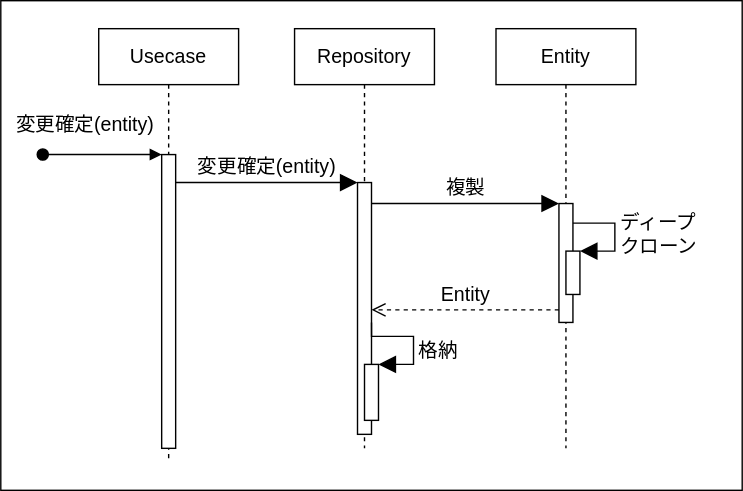
bosssanovar/WindowsApp_Template_202404 keeps this draw.io diagram as Documents/Design/設定値確定シーケンス.svg. Above is the earlier version. Source tidied: cells renumbered, new cells last; positions are measured from the earlier drawing's top-left corner, leaving out a move shared by most shapes. Source of this version:
```xml
<mxGraphModel>
  <root>
    <mxCell id="0" />
    <mxCell id="1" parent="0" />
    <mxCell id="2" style="rounded=0;whiteSpace=wrap;html=1;strokeColor=#000000;strokeWidth=1;fontSize=14;fontColor=#000000;fillColor=default;" parent="1" vertex="1">
      <mxGeometry width="530" height="350" as="geometry" />
    </mxCell>
    <mxCell id="3" value="Usecase" style="shape=umlLifeline;perimeter=lifelinePerimeter;whiteSpace=wrap;html=1;strokeColor=#000000;strokeWidth=1;fontSize=14;fontColor=#000000;fillColor=#FFFFFF;" parent="1" vertex="1">
      <mxGeometry x="70" y="20" width="100" height="310" as="geometry" />
    </mxCell>
    <mxCell id="4" style="html=1;points=[];perimeter=orthogonalPerimeter;strokeColor=#000000;strokeWidth=1;fontSize=14;fontColor=#000000;fillColor=default;" parent="3" vertex="1">
      <mxGeometry x="45" y="90" width="10" height="210" as="geometry" />
    </mxCell>
    <mxCell id="5" value="変更確定(entity)" style="html=1;verticalAlign=bottom;startArrow=oval;endArrow=block;startSize=8;strokeWidth=1;fontSize=14;fontColor=#000000;" parent="3" edge="1" target="4">
      <mxGeometry x="-0.29" y="10" relative="1" as="geometry">
        <mxPoint x="-40" y="90" as="sourcePoint" />
      </mxGeometry>
    </mxCell>
    <mxCell id="6" value="Repository" style="shape=umlLifeline;perimeter=lifelinePerimeter;whiteSpace=wrap;html=1;strokeColor=#000000;strokeWidth=1;fontSize=14;fontColor=#000000;fillColor=#FFFFFF;" parent="1" vertex="1">
      <mxGeometry x="210" y="20" width="100" height="300" as="geometry" />
    </mxCell>
    <mxCell id="7" style="html=1;points=[];perimeter=orthogonalPerimeter;strokeColor=#000000;strokeWidth=1;fontSize=14;fontColor=#000000;fillColor=default;" parent="6" vertex="1">
      <mxGeometry x="45" y="110" width="10" height="180" as="geometry" />
    </mxCell>
    <mxCell id="8" style="html=1;points=[];perimeter=orthogonalPerimeter;strokeColor=#000000;strokeWidth=1;fontSize=14;fontColor=#000000;fillColor=default;" parent="6" vertex="1">
      <mxGeometry x="50" y="240" width="10" height="40" as="geometry" />
    </mxCell>
    <mxCell id="9" value="格納" style="edgeStyle=orthogonalEdgeStyle;html=1;align=left;spacingLeft=2;endArrow=block;rounded=0;entryX=1;entryY=0;strokeWidth=1;fontSize=14;fontColor=#000000;startSize=6;endSize=10;" parent="6" edge="1" target="8">
      <mxGeometry x="0.18" relative="1" as="geometry">
        <mxPoint x="55" y="210" as="sourcePoint" />
        <Array as="points">
          <mxPoint x="55" y="220" />
          <mxPoint x="85" y="220" />
          <mxPoint x="85" y="240" />
        </Array>
      </mxGeometry>
    </mxCell>
    <mxCell id="10" value="Entity" style="shape=umlLifeline;perimeter=lifelinePerimeter;whiteSpace=wrap;html=1;strokeColor=#000000;strokeWidth=1;fontSize=14;fontColor=#000000;fillColor=#FFFFFF;" parent="1" vertex="1">
      <mxGeometry x="354" y="20" width="100" height="300" as="geometry" />
    </mxCell>
    <mxCell id="11" style="html=1;points=[];perimeter=orthogonalPerimeter;strokeColor=#000000;strokeWidth=1;fontSize=14;fontColor=#000000;fillColor=default;" parent="10" vertex="1">
      <mxGeometry x="45" y="125" width="10" height="85" as="geometry" />
    </mxCell>
    <mxCell id="12" style="html=1;points=[];perimeter=orthogonalPerimeter;strokeColor=#000000;strokeWidth=1;fontSize=14;fontColor=#000000;fillColor=default;" parent="10" vertex="1">
      <mxGeometry x="50" y="159" width="10" height="31" as="geometry" />
    </mxCell>
    <mxCell id="13" value="ディープ&lt;br&gt;クローン" style="edgeStyle=orthogonalEdgeStyle;html=1;align=left;spacingLeft=2;endArrow=block;rounded=0;entryX=1;entryY=0;strokeWidth=1;fontSize=14;fontColor=#000000;startSize=6;endSize=10;" parent="10" edge="1" target="12">
      <mxGeometry relative="1" as="geometry">
        <mxPoint x="55" y="139" as="sourcePoint" />
        <Array as="points">
          <mxPoint x="85" y="139" />
        </Array>
      </mxGeometry>
    </mxCell>
    <mxCell id="14" value="変更確定(entity)" style="html=1;verticalAlign=bottom;endArrow=block;entryX=0;entryY=0;strokeWidth=1;fontSize=14;fontColor=#000000;startSize=6;endSize=10;" parent="1" edge="1" source="4" target="7">
      <mxGeometry relative="1" as="geometry" />
    </mxCell>
    <mxCell id="15" value="複製" style="html=1;verticalAlign=bottom;endArrow=block;entryX=0;entryY=0;strokeWidth=1;fontSize=14;fontColor=#000000;startSize=6;endSize=10;" parent="1" edge="1" source="7" target="11">
      <mxGeometry relative="1" as="geometry" />
    </mxCell>
    <mxCell id="16" value="Entity" style="html=1;verticalAlign=bottom;endArrow=open;dashed=1;endSize=8;exitX=0;exitY=0.95;strokeWidth=1;fontSize=14;fontColor=#000000;" parent="1" edge="1">
      <mxGeometry relative="1" as="geometry">
        <mxPoint x="399" y="221" as="sourcePoint" />
        <mxPoint x="265" y="221" as="targetPoint" />
      </mxGeometry>
    </mxCell>
  </root>
</mxGraphModel>
```
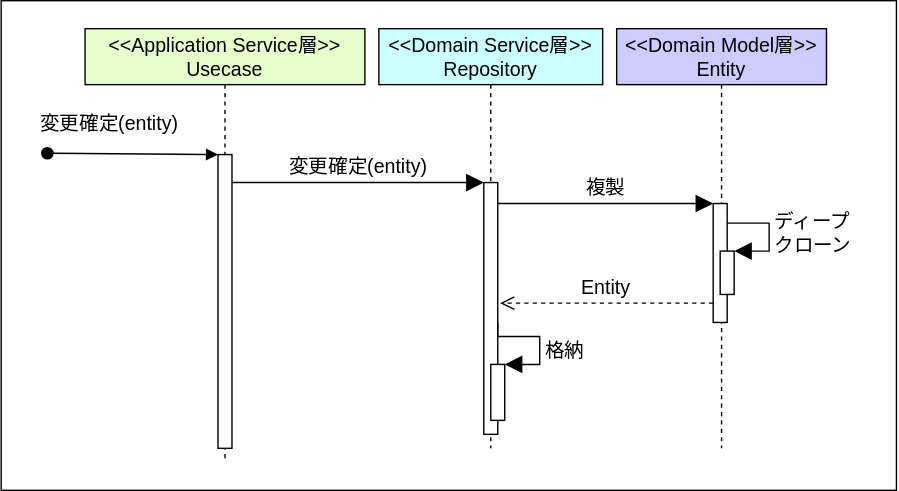
After the change.

Change to the diagram source:
```diff
@@ -3,52 +3,52 @@
     <mxCell id="0" />
     <mxCell id="1" parent="0" />
     <mxCell id="2" style="rounded=0;whiteSpace=wrap;html=1;strokeColor=#000000;strokeWidth=1;fontSize=14;fontColor=#000000;fillColor=default;" parent="1" vertex="1">
-      <mxGeometry width="530" height="350" as="geometry" />
+      <mxGeometry x="-60" width="640" height="350" as="geometry" />
     </mxCell>
-    <mxCell id="3" value="Usecase" style="shape=umlLifeline;perimeter=lifelinePerimeter;whiteSpace=wrap;html=1;strokeColor=#000000;strokeWidth=1;fontSize=14;fontColor=#000000;fillColor=#FFFFFF;" parent="1" vertex="1">
-      <mxGeometry x="70" y="20" width="100" height="310" as="geometry" />
+    <mxCell id="3" value="&amp;lt;&amp;lt;Application Service層&amp;gt;&amp;gt;&lt;br&gt;Usecase" style="shape=umlLifeline;perimeter=lifelinePerimeter;whiteSpace=wrap;html=1;strokeColor=#000000;strokeWidth=1;fontSize=14;fontColor=#000000;fillColor=#E6FFCC;" parent="1" vertex="1">
+      <mxGeometry y="20" width="200" height="310" as="geometry" />
     </mxCell>
     <mxCell id="4" style="html=1;points=[];perimeter=orthogonalPerimeter;strokeColor=#000000;strokeWidth=1;fontSize=14;fontColor=#000000;fillColor=default;" parent="3" vertex="1">
-      <mxGeometry x="45" y="90" width="10" height="210" as="geometry" />
+      <mxGeometry x="95" y="90" width="10" height="210" as="geometry" />
     </mxCell>
     <mxCell id="5" value="変更確定(entity)" style="html=1;verticalAlign=bottom;startArrow=oval;endArrow=block;startSize=8;strokeWidth=1;fontSize=14;fontColor=#000000;" parent="3" edge="1" target="4">
       <mxGeometry x="-0.29" y="10" relative="1" as="geometry">
-        <mxPoint x="-40" y="90" as="sourcePoint" />
+        <mxPoint x="-27" y="89" as="sourcePoint" />
       </mxGeometry>
     </mxCell>
-    <mxCell id="6" value="Repository" style="shape=umlLifeline;perimeter=lifelinePerimeter;whiteSpace=wrap;html=1;strokeColor=#000000;strokeWidth=1;fontSize=14;fontColor=#000000;fillColor=#FFFFFF;" parent="1" vertex="1">
-      <mxGeometry x="210" y="20" width="100" height="300" as="geometry" />
+    <mxCell id="6" value="&amp;lt;&amp;lt;Domain Service層&amp;gt;&amp;gt;&lt;br&gt;Repository" style="shape=umlLifeline;perimeter=lifelinePerimeter;whiteSpace=wrap;html=1;strokeColor=#000000;strokeWidth=1;fontSize=14;fontColor=#000000;fillColor=#CCFFFF;" parent="1" vertex="1">
+      <mxGeometry x="210" y="20" width="160" height="300" as="geometry" />
     </mxCell>
     <mxCell id="7" style="html=1;points=[];perimeter=orthogonalPerimeter;strokeColor=#000000;strokeWidth=1;fontSize=14;fontColor=#000000;fillColor=default;" parent="6" vertex="1">
-      <mxGeometry x="45" y="110" width="10" height="180" as="geometry" />
+      <mxGeometry x="75" y="110" width="10" height="180" as="geometry" />
     </mxCell>
     <mxCell id="8" style="html=1;points=[];perimeter=orthogonalPerimeter;strokeColor=#000000;strokeWidth=1;fontSize=14;fontColor=#000000;fillColor=default;" parent="6" vertex="1">
-      <mxGeometry x="50" y="240" width="10" height="40" as="geometry" />
+      <mxGeometry x="80" y="240" width="10" height="40" as="geometry" />
     </mxCell>
     <mxCell id="9" value="格納" style="edgeStyle=orthogonalEdgeStyle;html=1;align=left;spacingLeft=2;endArrow=block;rounded=0;entryX=1;entryY=0;strokeWidth=1;fontSize=14;fontColor=#000000;startSize=6;endSize=10;" parent="6" edge="1" target="8">
       <mxGeometry x="0.18" relative="1" as="geometry">
-        <mxPoint x="55" y="210" as="sourcePoint" />
+        <mxPoint x="85" y="210" as="sourcePoint" />
         <Array as="points">
-          <mxPoint x="55" y="220" />
           <mxPoint x="85" y="220" />
-          <mxPoint x="85" y="240" />
+          <mxPoint x="115" y="220" />
+          <mxPoint x="115" y="240" />
         </Array>
       </mxGeometry>
     </mxCell>
-    <mxCell id="10" value="Entity" style="shape=umlLifeline;perimeter=lifelinePerimeter;whiteSpace=wrap;html=1;strokeColor=#000000;strokeWidth=1;fontSize=14;fontColor=#000000;fillColor=#FFFFFF;" parent="1" vertex="1">
-      <mxGeometry x="354" y="20" width="100" height="300" as="geometry" />
+    <mxCell id="10" value="&amp;lt;&amp;lt;Domain Model層&amp;gt;&amp;gt;&lt;br&gt;Entity" style="shape=umlLifeline;perimeter=lifelinePerimeter;whiteSpace=wrap;html=1;strokeColor=#000000;strokeWidth=1;fontSize=14;fontColor=#000000;fillColor=#CCCCFF;" parent="1" vertex="1">
+      <mxGeometry x="380" y="20" width="150" height="300" as="geometry" />
     </mxCell>
     <mxCell id="11" style="html=1;points=[];perimeter=orthogonalPerimeter;strokeColor=#000000;strokeWidth=1;fontSize=14;fontColor=#000000;fillColor=default;" parent="10" vertex="1">
-      <mxGeometry x="45" y="125" width="10" height="85" as="geometry" />
+      <mxGeometry x="69" y="125" width="10" height="85" as="geometry" />
     </mxCell>
     <mxCell id="12" style="html=1;points=[];perimeter=orthogonalPerimeter;strokeColor=#000000;strokeWidth=1;fontSize=14;fontColor=#000000;fillColor=default;" parent="10" vertex="1">
-      <mxGeometry x="50" y="159" width="10" height="31" as="geometry" />
+      <mxGeometry x="74" y="159" width="10" height="31" as="geometry" />
     </mxCell>
     <mxCell id="13" value="ディープ&lt;br&gt;クローン" style="edgeStyle=orthogonalEdgeStyle;html=1;align=left;spacingLeft=2;endArrow=block;rounded=0;entryX=1;entryY=0;strokeWidth=1;fontSize=14;fontColor=#000000;startSize=6;endSize=10;" parent="10" edge="1" target="12">
       <mxGeometry relative="1" as="geometry">
-        <mxPoint x="55" y="139" as="sourcePoint" />
+        <mxPoint x="79" y="139" as="sourcePoint" />
         <Array as="points">
-          <mxPoint x="85" y="139" />
+          <mxPoint x="109" y="139" />
         </Array>
       </mxGeometry>
     </mxCell>
@@ -58,11 +58,8 @@
     <mxCell id="15" value="複製" style="html=1;verticalAlign=bottom;endArrow=block;entryX=0;entryY=0;strokeWidth=1;fontSize=14;fontColor=#000000;startSize=6;endSize=10;" parent="1" edge="1" source="7" target="11">
       <mxGeometry relative="1" as="geometry" />
     </mxCell>
-    <mxCell id="16" value="Entity" style="html=1;verticalAlign=bottom;endArrow=open;dashed=1;endSize=8;exitX=0;exitY=0.95;strokeWidth=1;fontSize=14;fontColor=#000000;" parent="1" edge="1">
-      <mxGeometry relative="1" as="geometry">
-        <mxPoint x="399" y="221" as="sourcePoint" />
-        <mxPoint x="265" y="221" as="targetPoint" />
-      </mxGeometry>
+    <mxCell id="16" value="Entity" style="html=1;verticalAlign=bottom;endArrow=open;dashed=1;endSize=8;strokeWidth=1;fontSize=14;fontColor=#000000;entryX=1.174;entryY=0.479;entryDx=0;entryDy=0;entryPerimeter=0;" parent="1" edge="1" source="11" target="7">
+      <mxGeometry relative="1" as="geometry" />
     </mxCell>
   </root>
 </mxGraphModel>
```
